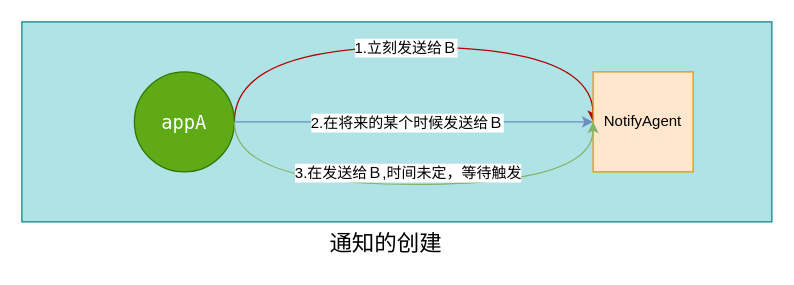
The draw.io diagram NotifyAgent_addNotify.drawio in dendi875/draw, before the edit. Source tidied: cells renumbered, new cells numbered last; positions are measured from the earlier drawing's top-left corner, leaving out a move shared by most shapes. Both pictures are drawn from the tidied source at 125%, with x=0, y=0 at pixel (21, 21).
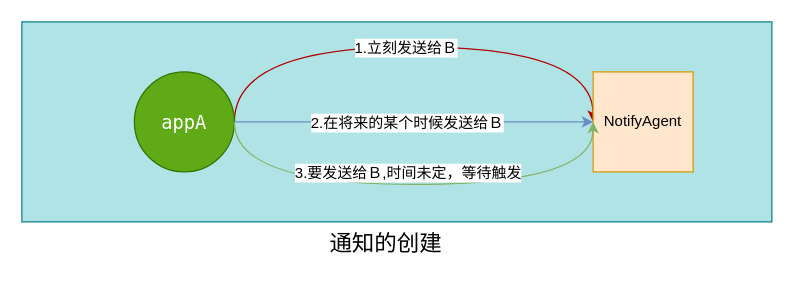
After the change.

Unchanged cells that the change refers to:
```xml
<mxCell id="10" style="edgeStyle=orthogonalEdgeStyle;curved=1;rounded=0;orthogonalLoop=1;jettySize=auto;html=1;exitX=1;exitY=0.5;exitDx=0;exitDy=0;entryX=0;entryY=0.5;entryDx=0;entryDy=0;gradientColor=#97d077;fillColor=#d5e8d4;strokeColor=#82b366;" parent="1" edge="1">
  <mxGeometry relative="1" as="geometry">
    <mxPoint x="170" y="80" as="sourcePoint" />
    <mxPoint x="457" y="80" as="targetPoint" />
    <Array as="points">
      <mxPoint x="170" y="130" />
      <mxPoint x="457" y="130" />
    </Array>
  </mxGeometry>
</mxCell>
```

What changed in the source:
```diff
@@
-    <mxCell id="11" value="3.在发送给Ｂ,时间未定，等待触发" style="text;html=1;align=center;verticalAlign=middle;labelBackgroundColor=#ffffff;" parent="10" vertex="1">
+    <mxCell id="11" value="3.要发送给Ｂ,时间未定，等待触发" style="text;html=1;align=center;verticalAlign=middle;labelBackgroundColor=#ffffff;" parent="10" vertex="1">
       <mxGeometry x="-0.49" y="12" relative="1" as="geometry">
         <mxPoint x="89" y="2" as="offset" />
       </mxGeometry>
     </mxCell>
```
